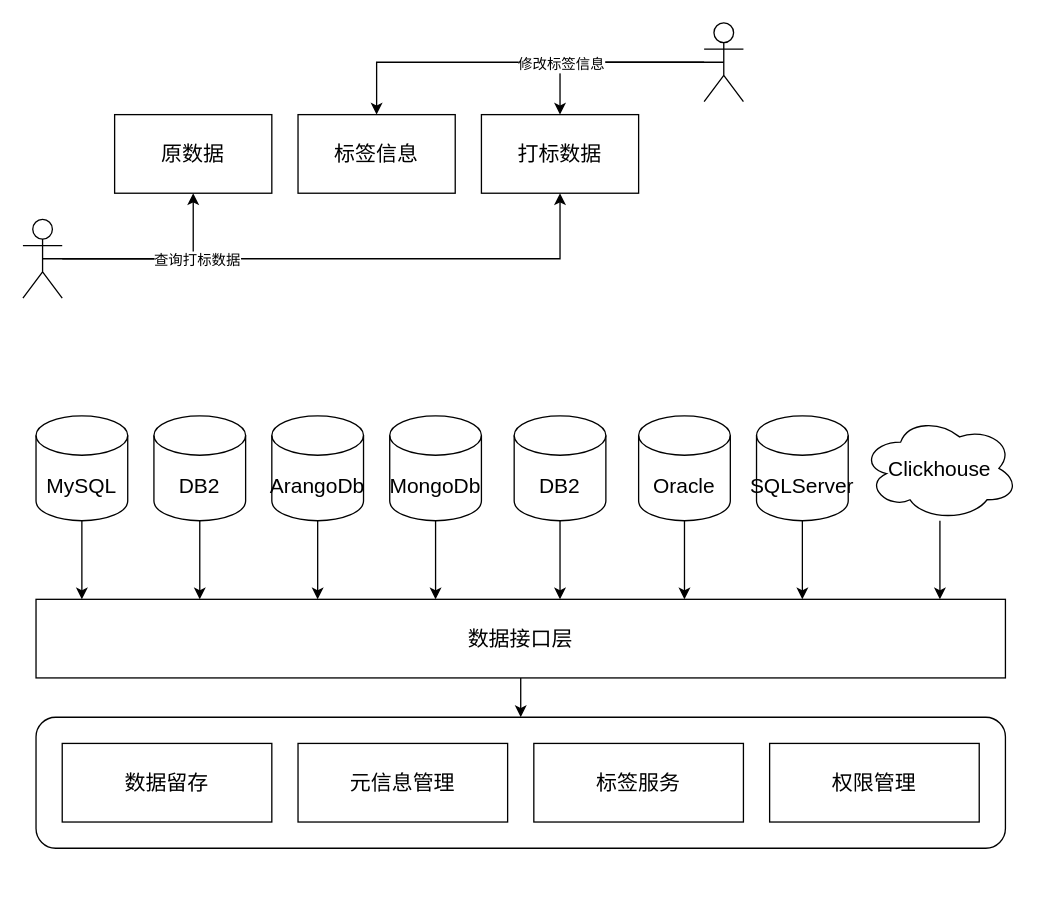
dcvx/draw.io keeps this draw.io diagram as 未命名绘图.drawio. Above is the earlier version. Source tidied: cells renumbered, new cells numbered last; positions are measured from the earlier drawing's top-left corner, leaving out a move shared by most shapes. Both pictures are drawn from the tidied source at 131%, with x=0, y=0 at pixel (22, 22).
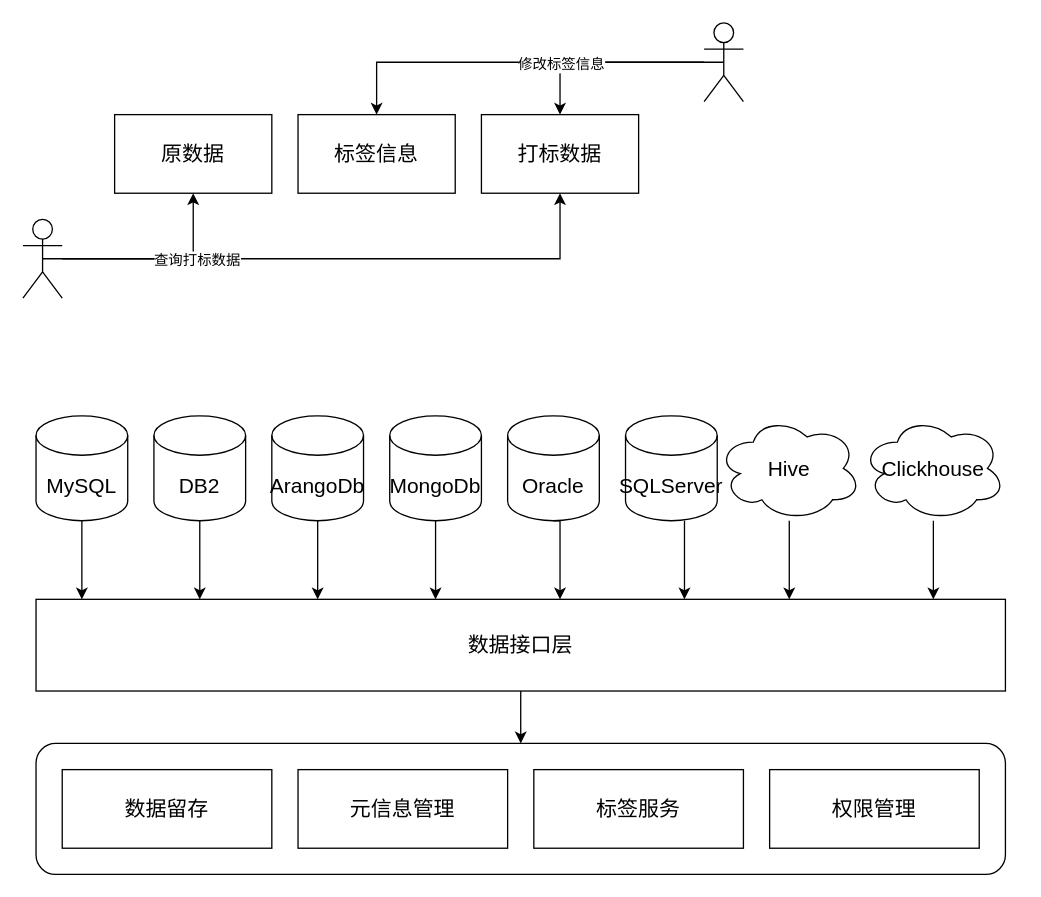
After the change.

Commit message:
更新未命名绘图.drawio

What changed in the source:
```diff
@@
     <mxCell id="2" style="rounded=1;whiteSpace=wrap;html=1;" parent="1" vertex="1">
-      <mxGeometry x="10" y="530" width="740" height="100" as="geometry" />
+      <mxGeometry x="10" y="550" width="740" height="100" as="geometry" />
     </mxCell>
@@
     <mxCell id="15" value="数据接口层" style="rounded=0;whiteSpace=wrap;html=1;fontSize=16;" parent="1" vertex="1">
-      <mxGeometry x="10" y="440" width="740" height="60" as="geometry" />
+      <mxGeometry x="10" y="440" width="740" height="70" as="geometry" />
     </mxCell>
@@
-    <mxCell id="25" value="Oracle" style="shape=cylinder3;whiteSpace=wrap;html=1;boundedLbl=1;backgroundOutline=1;size=15;fontSize=16;" parent="1" vertex="1">
-      <mxGeometry x="470" y="300" width="70" height="80" as="geometry" />
+    <mxCell id="25" value="SQLServer" style="shape=cylinder3;whiteSpace=wrap;html=1;boundedLbl=1;backgroundOutline=1;size=15;fontSize=16;" parent="1" vertex="1">
+      <mxGeometry x="460" y="300" width="70" height="80" as="geometry" />
     </mxCell>
@@
-    <mxCell id="27" value="DB2" style="shape=cylinder3;whiteSpace=wrap;html=1;boundedLbl=1;backgroundOutline=1;size=15;fontSize=16;" parent="1" vertex="1">
-      <mxGeometry x="375" y="300" width="70" height="80" as="geometry" />
+    <mxCell id="27" value="Oracle" style="shape=cylinder3;whiteSpace=wrap;html=1;boundedLbl=1;backgroundOutline=1;size=15;fontSize=16;" parent="1" vertex="1">
+      <mxGeometry x="370" y="300" width="70" height="80" as="geometry" />
     </mxCell>
-    <mxCell id="28" style="edgeStyle=orthogonalEdgeStyle;rounded=0;jettySize=auto;html=1;" parent="1" edge="1" source="29" target="15">
-      <mxGeometry relative="1" as="geometry">
-        <Array as="points">
-          <mxPoint x="595" y="420" />
-          <mxPoint x="595" y="420" />
-        </Array>
-      </mxGeometry>
-    </mxCell>
-    <mxCell id="29" value="SQLServer" style="shape=cylinder3;whiteSpace=wrap;html=1;boundedLbl=1;backgroundOutline=1;size=15;fontSize=16;" parent="1" vertex="1">
-      <mxGeometry x="560" y="300" width="70" height="80" as="geometry" />
-    </mxCell>
-    <mxCell id="30" style="edgeStyle=orthogonalEdgeStyle;rounded=0;jettySize=auto;html=1;" parent="1" edge="1" source="31" target="15">
-      <mxGeometry relative="1" as="geometry">
-        <Array as="points">
-          <mxPoint x="700" y="420" />
-          <mxPoint x="700" y="420" />
-        </Array>
-      </mxGeometry>
-    </mxCell>
-    <mxCell id="31" value="&lt;font style=&quot;font-size: 16px;&quot;&gt;Clickhouse&lt;/font&gt;" style="ellipse;shape=cloud;whiteSpace=wrap;html=1;" parent="1" vertex="1">
-      <mxGeometry x="640" y="300" width="120" height="80" as="geometry" />
-    </mxCell>
     <mxCell id="32" value="数据留存" style="rounded=0;whiteSpace=wrap;html=1;fontSize=16;" parent="1" vertex="1">
-      <mxGeometry x="30" y="550" width="160" height="60" as="geometry" />
+      <mxGeometry x="30" y="570" width="160" height="60" as="geometry" />
     </mxCell>
     <mxCell id="33" value="元信息管理" style="rounded=0;whiteSpace=wrap;html=1;fontSize=16;" parent="1" vertex="1">
-      <mxGeometry x="210" y="550" width="160" height="60" as="geometry" />
+      <mxGeometry x="210" y="570" width="160" height="60" as="geometry" />
     </mxCell>
     <mxCell id="34" value="标签服务" style="rounded=0;whiteSpace=wrap;html=1;fontSize=16;" parent="1" vertex="1">
-      <mxGeometry x="390" y="550" width="160" height="60" as="geometry" />
+      <mxGeometry x="390" y="570" width="160" height="60" as="geometry" />
     </mxCell>
     <mxCell id="35" value="权限管理" style="rounded=0;whiteSpace=wrap;html=1;fontSize=16;" parent="1" vertex="1">
-      <mxGeometry x="570" y="550" width="160" height="60" as="geometry" />
+      <mxGeometry x="570" y="570" width="160" height="60" as="geometry" />
     </mxCell>
+    <mxCell id="30" style="edgeStyle=orthogonalEdgeStyle;rounded=0;jettySize=auto;html=1;" parent="1" edge="1" source="31" target="15">
+      <mxGeometry relative="1" as="geometry">
+        <Array as="points">
+          <mxPoint x="695" y="420" />
+          <mxPoint x="695" y="420" />
+        </Array>
+      </mxGeometry>
+    </mxCell>
+    <mxCell id="31" value="&lt;font style=&quot;font-size: 16px;&quot;&gt;Clickhouse&lt;/font&gt;" style="ellipse;shape=cloud;whiteSpace=wrap;html=1;" parent="1" vertex="1">
+      <mxGeometry x="640" y="300" width="110" height="80" as="geometry" />
+    </mxCell>
+    <mxCell id="36" style="edgeStyle=orthogonalEdgeStyle;rounded=0;jettySize=auto;html=1;" parent="1" edge="1" source="37" target="15">
+      <mxGeometry relative="1" as="geometry">
+        <Array as="points">
+          <mxPoint x="585" y="420" />
+          <mxPoint x="585" y="420" />
+        </Array>
+      </mxGeometry>
+    </mxCell>
+    <mxCell id="37" value="&lt;font style=&quot;font-size: 16px;&quot;&gt;Hive&lt;/font&gt;" style="ellipse;shape=cloud;whiteSpace=wrap;html=1;" parent="1" vertex="1">
+      <mxGeometry x="530" y="300" width="110" height="80" as="geometry" />
+    </mxCell>
```
